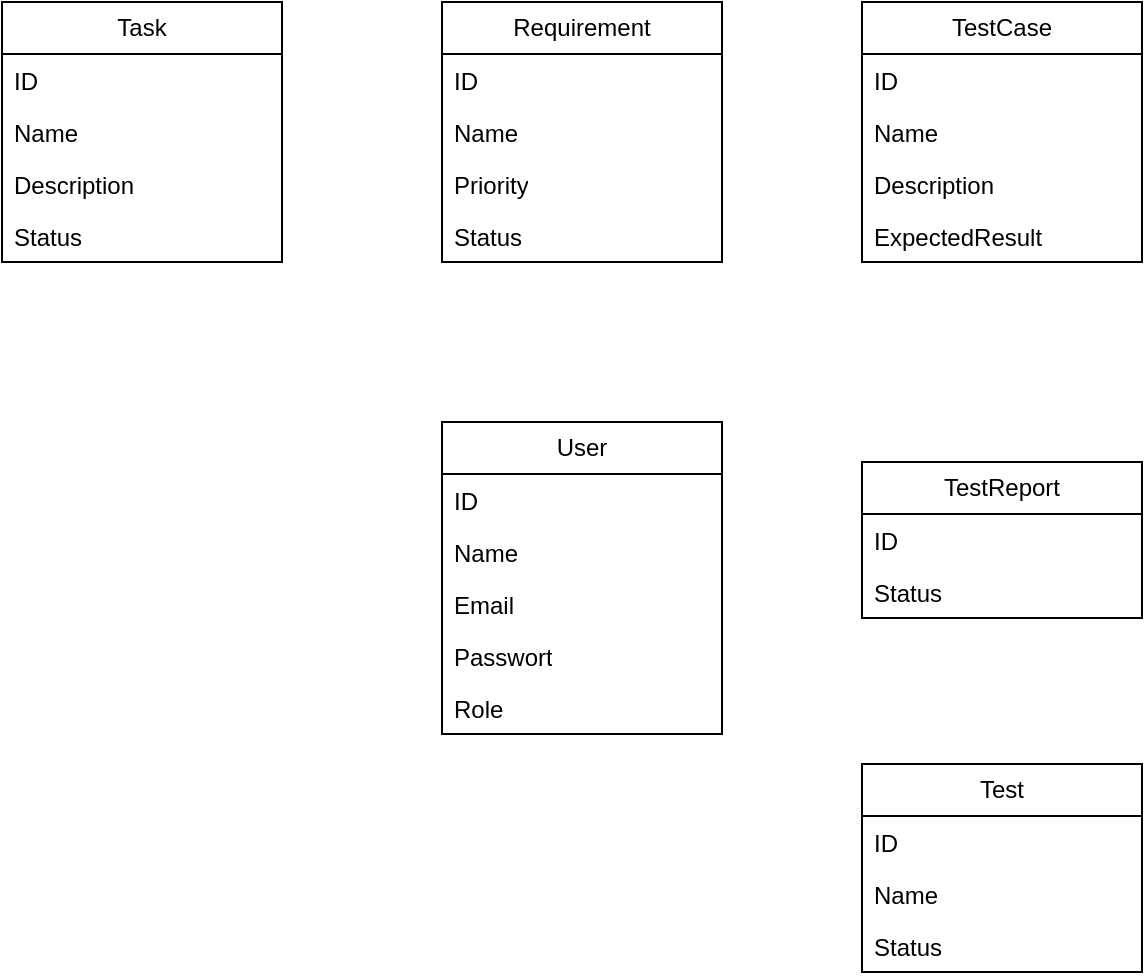
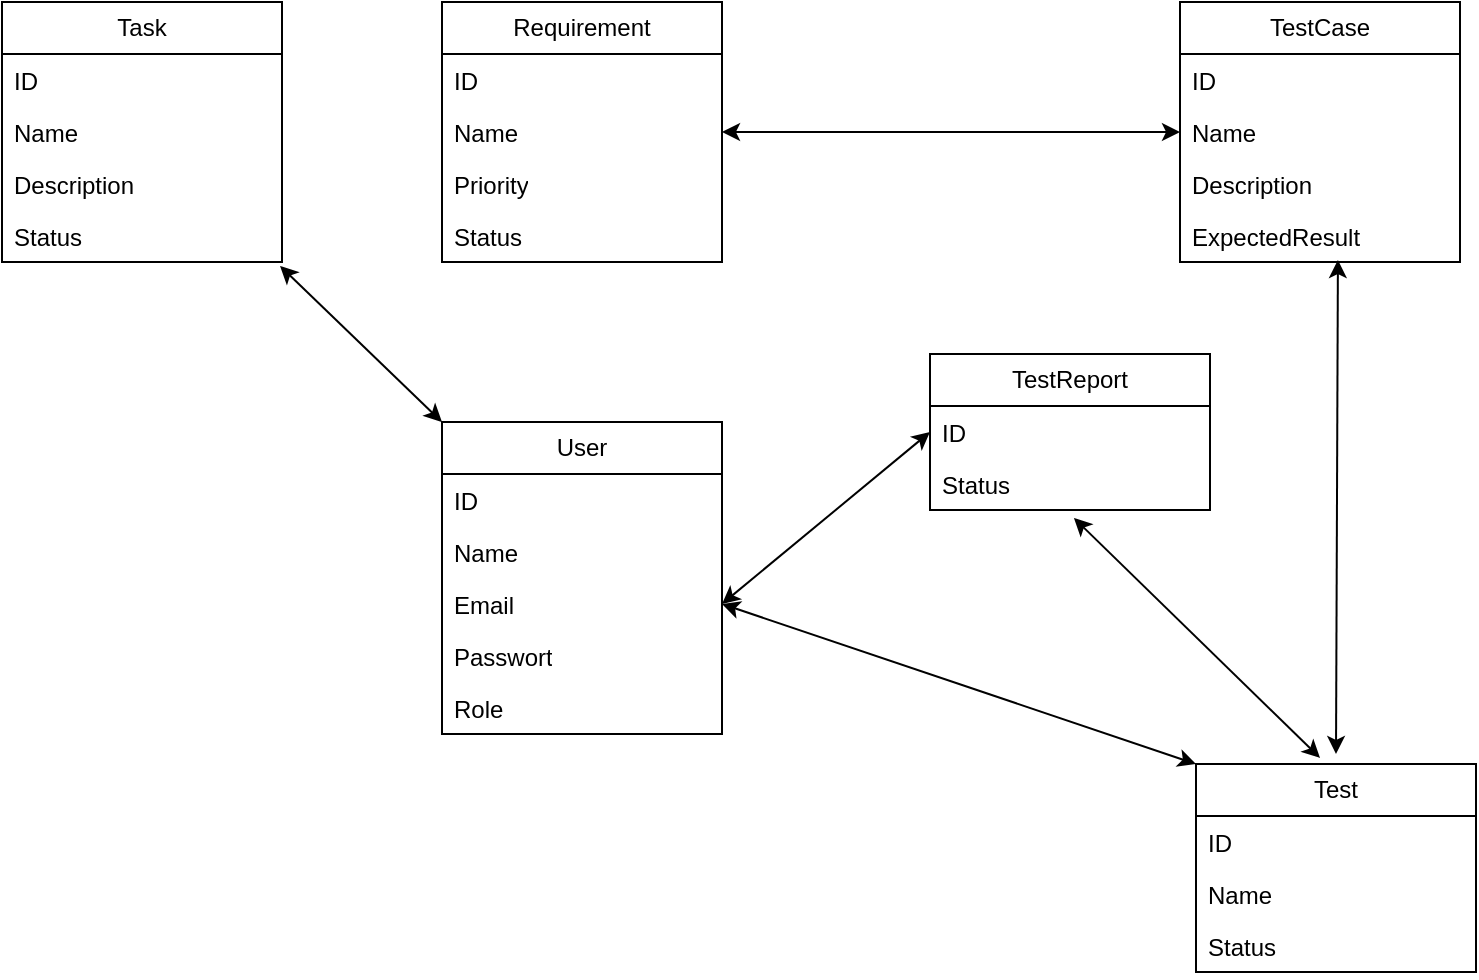
<mxfile host="app.diagrams.net" agent="Mozilla/5.0 (Macintosh; Intel Mac OS X 10_15_7) AppleWebKit/605.1.15 (KHTML, like Gecko) Version/26.2 Safari/605.1.15" version="29.6.4">
  <diagram name="Page-1" id="9UJmMtd8jPqIVRHSLT7q">
    <mxGraphModel dx="946" dy="642" grid="1" gridSize="10" guides="1" tooltips="1" connect="1" arrows="1" fold="1" page="1" pageScale="1" pageWidth="827" pageHeight="1169" math="0" shadow="0">
      <root>
        <mxCell id="0" />
        <mxCell id="1" parent="0" />
        <mxCell id="j4pG7-vl0huJbFuu1q33-1" parent="1" style="swimlane;fontStyle=0;childLayout=stackLayout;horizontal=1;startSize=26;fillColor=none;horizontalStack=0;resizeParent=1;resizeParentMax=0;resizeLast=0;collapsible=1;marginBottom=0;whiteSpace=wrap;html=1;" value="User" vertex="1">
          <mxGeometry height="156" width="140" x="310" y="310" as="geometry" />
        </mxCell>
        <mxCell id="j4pG7-vl0huJbFuu1q33-2" parent="j4pG7-vl0huJbFuu1q33-1" style="text;strokeColor=none;fillColor=none;align=left;verticalAlign=top;spacingLeft=4;spacingRight=4;overflow=hidden;rotatable=0;points=[[0,0.5],[1,0.5]];portConstraint=eastwest;whiteSpace=wrap;html=1;" value="ID" vertex="1">
          <mxGeometry height="26" width="140" y="26" as="geometry" />
        </mxCell>
        <mxCell id="j4pG7-vl0huJbFuu1q33-3" parent="j4pG7-vl0huJbFuu1q33-1" style="text;strokeColor=none;fillColor=none;align=left;verticalAlign=top;spacingLeft=4;spacingRight=4;overflow=hidden;rotatable=0;points=[[0,0.5],[1,0.5]];portConstraint=eastwest;whiteSpace=wrap;html=1;" value="Name" vertex="1">
          <mxGeometry height="26" width="140" y="52" as="geometry" />
        </mxCell>
        <mxCell id="j4pG7-vl0huJbFuu1q33-4" parent="j4pG7-vl0huJbFuu1q33-1" style="text;strokeColor=none;fillColor=none;align=left;verticalAlign=top;spacingLeft=4;spacingRight=4;overflow=hidden;rotatable=0;points=[[0,0.5],[1,0.5]];portConstraint=eastwest;whiteSpace=wrap;html=1;" value="Email" vertex="1">
          <mxGeometry height="26" width="140" y="78" as="geometry" />
        </mxCell>
        <mxCell id="o-WvR14eICfOpZ58rvUq-1" parent="j4pG7-vl0huJbFuu1q33-1" style="text;strokeColor=none;fillColor=none;align=left;verticalAlign=top;spacingLeft=4;spacingRight=4;overflow=hidden;rotatable=0;points=[[0,0.5],[1,0.5]];portConstraint=eastwest;whiteSpace=wrap;html=1;" value="Passwort" vertex="1">
          <mxGeometry height="26" width="140" y="104" as="geometry" />
        </mxCell>
        <mxCell id="o-WvR14eICfOpZ58rvUq-2" parent="j4pG7-vl0huJbFuu1q33-1" style="text;strokeColor=none;fillColor=none;align=left;verticalAlign=top;spacingLeft=4;spacingRight=4;overflow=hidden;rotatable=0;points=[[0,0.5],[1,0.5]];portConstraint=eastwest;whiteSpace=wrap;html=1;" value="Role" vertex="1">
          <mxGeometry height="26" width="140" y="130" as="geometry" />
        </mxCell>
        <mxCell id="o-WvR14eICfOpZ58rvUq-3" parent="1" style="swimlane;fontStyle=0;childLayout=stackLayout;horizontal=1;startSize=26;fillColor=none;horizontalStack=0;resizeParent=1;resizeParentMax=0;resizeLast=0;collapsible=1;marginBottom=0;whiteSpace=wrap;html=1;" value="Requirement" vertex="1">
          <mxGeometry height="130" width="140" x="310" y="100" as="geometry" />
        </mxCell>
        <mxCell id="o-WvR14eICfOpZ58rvUq-4" parent="o-WvR14eICfOpZ58rvUq-3" style="text;strokeColor=none;fillColor=none;align=left;verticalAlign=top;spacingLeft=4;spacingRight=4;overflow=hidden;rotatable=0;points=[[0,0.5],[1,0.5]];portConstraint=eastwest;whiteSpace=wrap;html=1;" value="ID" vertex="1">
          <mxGeometry height="26" width="140" y="26" as="geometry" />
        </mxCell>
        <mxCell id="o-WvR14eICfOpZ58rvUq-5" parent="o-WvR14eICfOpZ58rvUq-3" style="text;strokeColor=none;fillColor=none;align=left;verticalAlign=top;spacingLeft=4;spacingRight=4;overflow=hidden;rotatable=0;points=[[0,0.5],[1,0.5]];portConstraint=eastwest;whiteSpace=wrap;html=1;" value="Name" vertex="1">
          <mxGeometry height="26" width="140" y="52" as="geometry" />
        </mxCell>
        <mxCell id="o-WvR14eICfOpZ58rvUq-6" parent="o-WvR14eICfOpZ58rvUq-3" style="text;strokeColor=none;fillColor=none;align=left;verticalAlign=top;spacingLeft=4;spacingRight=4;overflow=hidden;rotatable=0;points=[[0,0.5],[1,0.5]];portConstraint=eastwest;whiteSpace=wrap;html=1;" value="Priority" vertex="1">
          <mxGeometry height="26" width="140" y="78" as="geometry" />
        </mxCell>
        <mxCell id="o-WvR14eICfOpZ58rvUq-7" parent="o-WvR14eICfOpZ58rvUq-3" style="text;strokeColor=none;fillColor=none;align=left;verticalAlign=top;spacingLeft=4;spacingRight=4;overflow=hidden;rotatable=0;points=[[0,0.5],[1,0.5]];portConstraint=eastwest;whiteSpace=wrap;html=1;" value="Status" vertex="1">
          <mxGeometry height="26" width="140" y="104" as="geometry" />
        </mxCell>
        <mxCell id="o-WvR14eICfOpZ58rvUq-9" parent="1" style="swimlane;fontStyle=0;childLayout=stackLayout;horizontal=1;startSize=26;fillColor=none;horizontalStack=0;resizeParent=1;resizeParentMax=0;resizeLast=0;collapsible=1;marginBottom=0;whiteSpace=wrap;html=1;" value="TestCase" vertex="1">
-           <mxGeometry height="130" width="140" x="520" y="100" as="geometry" />
+           <mxGeometry height="130" width="140" x="679" y="100" as="geometry" />
        </mxCell>
        <mxCell id="o-WvR14eICfOpZ58rvUq-10" parent="o-WvR14eICfOpZ58rvUq-9" style="text;strokeColor=none;fillColor=none;align=left;verticalAlign=top;spacingLeft=4;spacingRight=4;overflow=hidden;rotatable=0;points=[[0,0.5],[1,0.5]];portConstraint=eastwest;whiteSpace=wrap;html=1;" value="ID" vertex="1">
          <mxGeometry height="26" width="140" y="26" as="geometry" />
        </mxCell>
        <mxCell id="o-WvR14eICfOpZ58rvUq-11" parent="o-WvR14eICfOpZ58rvUq-9" style="text;strokeColor=none;fillColor=none;align=left;verticalAlign=top;spacingLeft=4;spacingRight=4;overflow=hidden;rotatable=0;points=[[0,0.5],[1,0.5]];portConstraint=eastwest;whiteSpace=wrap;html=1;" value="Name" vertex="1">
          <mxGeometry height="26" width="140" y="52" as="geometry" />
        </mxCell>
        <mxCell id="o-WvR14eICfOpZ58rvUq-12" parent="o-WvR14eICfOpZ58rvUq-9" style="text;strokeColor=none;fillColor=none;align=left;verticalAlign=top;spacingLeft=4;spacingRight=4;overflow=hidden;rotatable=0;points=[[0,0.5],[1,0.5]];portConstraint=eastwest;whiteSpace=wrap;html=1;" value="Description" vertex="1">
          <mxGeometry height="26" width="140" y="78" as="geometry" />
        </mxCell>
        <mxCell id="o-WvR14eICfOpZ58rvUq-13" parent="o-WvR14eICfOpZ58rvUq-9" style="text;strokeColor=none;fillColor=none;align=left;verticalAlign=top;spacingLeft=4;spacingRight=4;overflow=hidden;rotatable=0;points=[[0,0.5],[1,0.5]];portConstraint=eastwest;whiteSpace=wrap;html=1;" value="ExpectedResult" vertex="1">
          <mxGeometry height="26" width="140" y="104" as="geometry" />
        </mxCell>
        <mxCell id="o-WvR14eICfOpZ58rvUq-14" parent="1" style="swimlane;fontStyle=0;childLayout=stackLayout;horizontal=1;startSize=26;fillColor=none;horizontalStack=0;resizeParent=1;resizeParentMax=0;resizeLast=0;collapsible=1;marginBottom=0;whiteSpace=wrap;html=1;" value="Test" vertex="1">
-           <mxGeometry height="104" width="140" x="520" y="481" as="geometry" />
+           <mxGeometry height="104" width="140" x="687" y="481" as="geometry" />
        </mxCell>
        <mxCell id="o-WvR14eICfOpZ58rvUq-15" parent="o-WvR14eICfOpZ58rvUq-14" style="text;strokeColor=none;fillColor=none;align=left;verticalAlign=top;spacingLeft=4;spacingRight=4;overflow=hidden;rotatable=0;points=[[0,0.5],[1,0.5]];portConstraint=eastwest;whiteSpace=wrap;html=1;" value="ID" vertex="1">
          <mxGeometry height="26" width="140" y="26" as="geometry" />
        </mxCell>
        <mxCell id="o-WvR14eICfOpZ58rvUq-16" parent="o-WvR14eICfOpZ58rvUq-14" style="text;strokeColor=none;fillColor=none;align=left;verticalAlign=top;spacingLeft=4;spacingRight=4;overflow=hidden;rotatable=0;points=[[0,0.5],[1,0.5]];portConstraint=eastwest;whiteSpace=wrap;html=1;" value="Name" vertex="1">
          <mxGeometry height="26" width="140" y="52" as="geometry" />
        </mxCell>
        <mxCell id="o-WvR14eICfOpZ58rvUq-17" parent="o-WvR14eICfOpZ58rvUq-14" style="text;strokeColor=none;fillColor=none;align=left;verticalAlign=top;spacingLeft=4;spacingRight=4;overflow=hidden;rotatable=0;points=[[0,0.5],[1,0.5]];portConstraint=eastwest;whiteSpace=wrap;html=1;" value="Status" vertex="1">
          <mxGeometry height="26" width="140" y="78" as="geometry" />
        </mxCell>
        <mxCell id="o-WvR14eICfOpZ58rvUq-19" parent="1" style="swimlane;fontStyle=0;childLayout=stackLayout;horizontal=1;startSize=26;fillColor=none;horizontalStack=0;resizeParent=1;resizeParentMax=0;resizeLast=0;collapsible=1;marginBottom=0;whiteSpace=wrap;html=1;" value="Task" vertex="1">
          <mxGeometry height="130" width="140" x="90" y="100" as="geometry" />
        </mxCell>
        <mxCell id="o-WvR14eICfOpZ58rvUq-20" parent="o-WvR14eICfOpZ58rvUq-19" style="text;strokeColor=none;fillColor=none;align=left;verticalAlign=top;spacingLeft=4;spacingRight=4;overflow=hidden;rotatable=0;points=[[0,0.5],[1,0.5]];portConstraint=eastwest;whiteSpace=wrap;html=1;" value="ID" vertex="1">
          <mxGeometry height="26" width="140" y="26" as="geometry" />
        </mxCell>
        <mxCell id="o-WvR14eICfOpZ58rvUq-21" parent="o-WvR14eICfOpZ58rvUq-19" style="text;strokeColor=none;fillColor=none;align=left;verticalAlign=top;spacingLeft=4;spacingRight=4;overflow=hidden;rotatable=0;points=[[0,0.5],[1,0.5]];portConstraint=eastwest;whiteSpace=wrap;html=1;" value="Name" vertex="1">
          <mxGeometry height="26" width="140" y="52" as="geometry" />
        </mxCell>
        <mxCell id="o-WvR14eICfOpZ58rvUq-22" parent="o-WvR14eICfOpZ58rvUq-19" style="text;strokeColor=none;fillColor=none;align=left;verticalAlign=top;spacingLeft=4;spacingRight=4;overflow=hidden;rotatable=0;points=[[0,0.5],[1,0.5]];portConstraint=eastwest;whiteSpace=wrap;html=1;" value="Description" vertex="1">
          <mxGeometry height="26" width="140" y="78" as="geometry" />
        </mxCell>
        <mxCell id="o-WvR14eICfOpZ58rvUq-23" parent="o-WvR14eICfOpZ58rvUq-19" style="text;strokeColor=none;fillColor=none;align=left;verticalAlign=top;spacingLeft=4;spacingRight=4;overflow=hidden;rotatable=0;points=[[0,0.5],[1,0.5]];portConstraint=eastwest;whiteSpace=wrap;html=1;" value="Status" vertex="1">
          <mxGeometry height="26" width="140" y="104" as="geometry" />
        </mxCell>
        <mxCell id="o-WvR14eICfOpZ58rvUq-24" parent="1" style="swimlane;fontStyle=0;childLayout=stackLayout;horizontal=1;startSize=26;fillColor=none;horizontalStack=0;resizeParent=1;resizeParentMax=0;resizeLast=0;collapsible=1;marginBottom=0;whiteSpace=wrap;html=1;" value="TestReport" vertex="1">
-           <mxGeometry height="78" width="140" x="520" y="330" as="geometry" />
+           <mxGeometry height="78" width="140" x="554" y="276" as="geometry" />
        </mxCell>
        <mxCell id="o-WvR14eICfOpZ58rvUq-25" parent="o-WvR14eICfOpZ58rvUq-24" style="text;strokeColor=none;fillColor=none;align=left;verticalAlign=top;spacingLeft=4;spacingRight=4;overflow=hidden;rotatable=0;points=[[0,0.5],[1,0.5]];portConstraint=eastwest;whiteSpace=wrap;html=1;" value="ID" vertex="1">
          <mxGeometry height="26" width="140" y="26" as="geometry" />
        </mxCell>
        <mxCell id="o-WvR14eICfOpZ58rvUq-27" parent="o-WvR14eICfOpZ58rvUq-24" style="text;strokeColor=none;fillColor=none;align=left;verticalAlign=top;spacingLeft=4;spacingRight=4;overflow=hidden;rotatable=0;points=[[0,0.5],[1,0.5]];portConstraint=eastwest;whiteSpace=wrap;html=1;" value="Status" vertex="1">
          <mxGeometry height="26" width="140" y="52" as="geometry" />
        </mxCell>
+         <mxCell id="o-WvR14eICfOpZ58rvUq-29" edge="1" parent="1" source="j4pG7-vl0huJbFuu1q33-1" style="endArrow=classic;startArrow=classic;html=1;rounded=0;exitX=0;exitY=0;exitDx=0;exitDy=0;entryX=0.993;entryY=1.077;entryDx=0;entryDy=0;entryPerimeter=0;" target="o-WvR14eICfOpZ58rvUq-23" value="">
+           <mxGeometry height="50" relative="1" width="50" as="geometry">
+             <Array as="points" />
+             <mxPoint x="390" y="356" as="sourcePoint" />
+             <mxPoint x="200" y="300" as="targetPoint" />
+           </mxGeometry>
+         </mxCell>
+         <mxCell id="o-WvR14eICfOpZ58rvUq-30" edge="1" parent="1" source="j4pG7-vl0huJbFuu1q33-4" style="endArrow=classic;startArrow=classic;html=1;rounded=0;exitX=1;exitY=0.5;exitDx=0;exitDy=0;entryX=0;entryY=0;entryDx=0;entryDy=0;" target="o-WvR14eICfOpZ58rvUq-14" value="">
+           <mxGeometry height="50" relative="1" width="50" as="geometry">
+             <Array as="points" />
+             <mxPoint x="335" y="329" as="sourcePoint" />
+             <mxPoint x="254" y="251" as="targetPoint" />
+           </mxGeometry>
+         </mxCell>
+         <mxCell id="o-WvR14eICfOpZ58rvUq-31" edge="1" parent="1" source="j4pG7-vl0huJbFuu1q33-4" style="endArrow=classic;startArrow=classic;html=1;rounded=0;exitX=1;exitY=0.5;exitDx=0;exitDy=0;entryX=0;entryY=0.5;entryDx=0;entryDy=0;" target="o-WvR14eICfOpZ58rvUq-25" value="">
+           <mxGeometry height="50" relative="1" width="50" as="geometry">
+             <Array as="points" />
+             <mxPoint x="480" y="440" as="sourcePoint" />
+             <mxPoint x="550" y="520" as="targetPoint" />
+           </mxGeometry>
+         </mxCell>
+         <mxCell id="o-WvR14eICfOpZ58rvUq-32" edge="1" parent="1" source="o-WvR14eICfOpZ58rvUq-14" style="endArrow=classic;startArrow=classic;html=1;rounded=0;entryX=0.514;entryY=1.154;entryDx=0;entryDy=0;entryPerimeter=0;exitX=0.443;exitY=-0.029;exitDx=0;exitDy=0;exitPerimeter=0;" target="o-WvR14eICfOpZ58rvUq-27" value="">
+           <mxGeometry height="50" relative="1" width="50" as="geometry">
+             <Array as="points" />
+             <mxPoint x="592" y="480" as="sourcePoint" />
+             <mxPoint x="560" y="380" as="targetPoint" />
+           </mxGeometry>
+         </mxCell>
+         <mxCell id="o-WvR14eICfOpZ58rvUq-33" edge="1" parent="1" source="o-WvR14eICfOpZ58rvUq-11" style="endArrow=classic;startArrow=classic;html=1;rounded=0;entryX=1;entryY=0.5;entryDx=0;entryDy=0;exitX=0;exitY=0.5;exitDx=0;exitDy=0;" target="o-WvR14eICfOpZ58rvUq-5" value="">
+           <mxGeometry height="50" relative="1" width="50" as="geometry">
+             <Array as="points" />
+             <mxPoint x="591" y="302" as="sourcePoint" />
+             <mxPoint x="591" y="234" as="targetPoint" />
+           </mxGeometry>
+         </mxCell>
+         <mxCell id="o-WvR14eICfOpZ58rvUq-34" edge="1" parent="1" style="endArrow=classic;startArrow=classic;html=1;rounded=0;entryX=0.564;entryY=0.962;entryDx=0;entryDy=0;entryPerimeter=0;exitX=0.443;exitY=-0.029;exitDx=0;exitDy=0;exitPerimeter=0;" target="o-WvR14eICfOpZ58rvUq-13" value="">
+           <mxGeometry height="50" relative="1" width="50" as="geometry">
+             <Array as="points" />
+             <mxPoint x="757" y="476" as="sourcePoint" />
+             <mxPoint x="600" y="410" as="targetPoint" />
+           </mxGeometry>
+         </mxCell>
      </root>
    </mxGraphModel>
  </diagram>
</mxfile>
